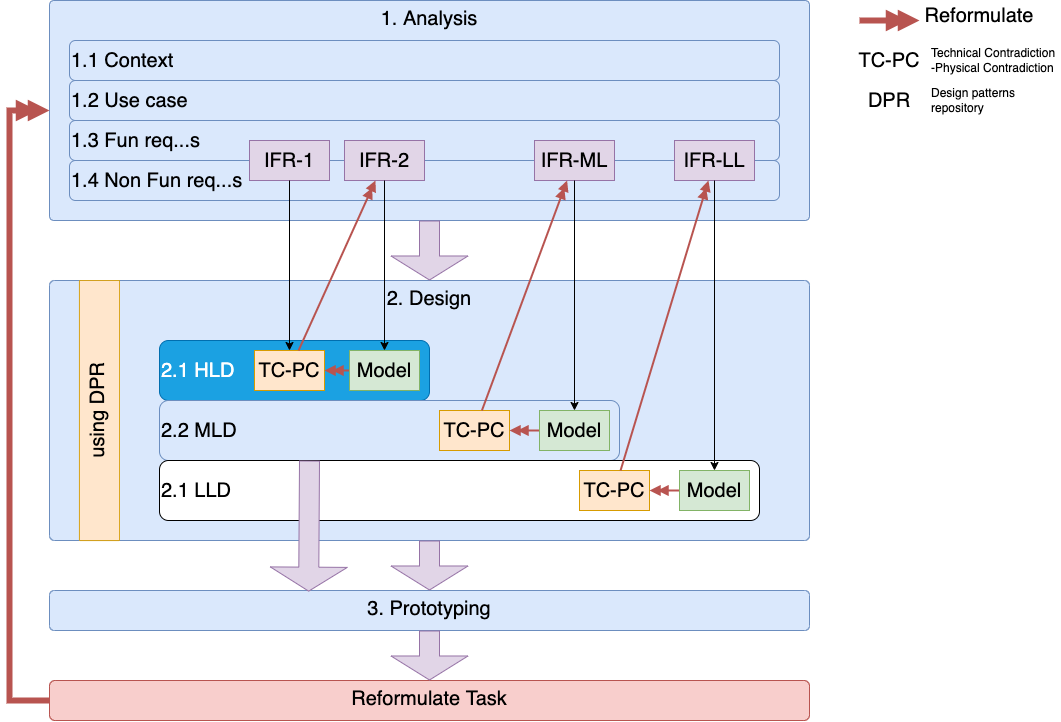
This is AI_Neurotechnologies_bla_bla_bla_course/Innovation_methodology-TRIZ_LS.png from max-talanov/1, a draw.io export, as it was before one commit. Source tidied: cells renumbered, new cells last; positions are measured from the earlier drawing's top-left corner, leaving out a move shared by most shapes.
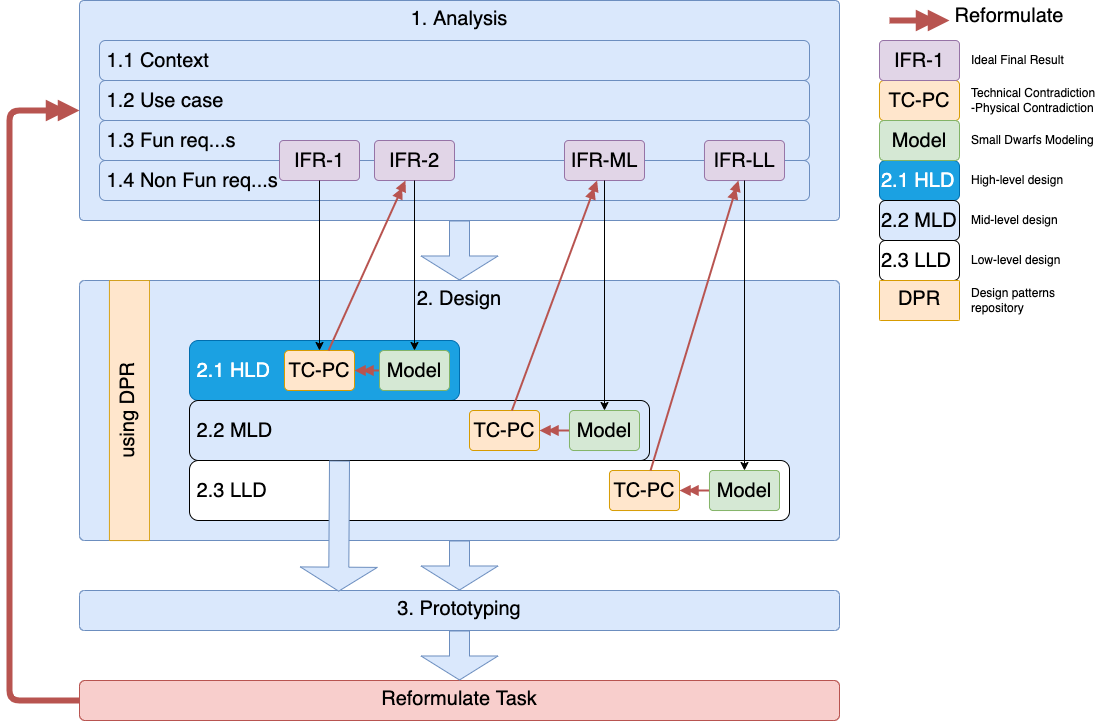
The same file after the commit.

Commit message:
IM: started reworking

What changed in the source:
```diff
@@ -5,37 +5,37 @@
     <mxCell id="2" value="1. Analysis" style="rounded=1;whiteSpace=wrap;html=1;fillColor=#dae8fc;strokeColor=#6c8ebf;fontSize=20;arcSize=2;horizontal=1;verticalAlign=top;" parent="1" vertex="1">
       <mxGeometry x="40" width="760" height="220" as="geometry" />
     </mxCell>
-    <mxCell id="3" value="1.1 Context" style="rounded=1;whiteSpace=wrap;html=1;fillColor=#dae8fc;strokeColor=#6c8ebf;fontSize=20;align=left;" parent="1" vertex="1">
+    <mxCell id="3" value="&amp;nbsp;1.1 Context" style="rounded=1;whiteSpace=wrap;html=1;fillColor=#dae8fc;strokeColor=#6c8ebf;fontSize=20;align=left;" parent="1" vertex="1">
       <mxGeometry x="60" y="40" width="710" height="40" as="geometry" />
     </mxCell>
-    <mxCell id="4" value="1.2 Use case" style="rounded=1;whiteSpace=wrap;html=1;fillColor=#dae8fc;strokeColor=#6c8ebf;fontSize=20;align=left;" parent="1" vertex="1">
+    <mxCell id="4" value="&amp;nbsp;1.2 Use case" style="rounded=1;whiteSpace=wrap;html=1;fillColor=#dae8fc;strokeColor=#6c8ebf;fontSize=20;align=left;" parent="1" vertex="1">
       <mxGeometry x="60" y="80" width="710" height="40" as="geometry" />
     </mxCell>
-    <mxCell id="5" value="1.3 Fun req...s" style="rounded=1;whiteSpace=wrap;html=1;fillColor=#dae8fc;strokeColor=#6c8ebf;fontSize=20;align=left;" parent="1" vertex="1">
+    <mxCell id="5" value="&amp;nbsp;1.3 Fun req...s" style="rounded=1;whiteSpace=wrap;html=1;fillColor=#dae8fc;strokeColor=#6c8ebf;fontSize=20;align=left;" parent="1" vertex="1">
       <mxGeometry x="60" y="120" width="710" height="40" as="geometry" />
     </mxCell>
-    <mxCell id="6" value="1.4 Non Fun req...s" style="rounded=1;whiteSpace=wrap;html=1;fillColor=#dae8fc;strokeColor=#6c8ebf;fontSize=20;align=left;" parent="1" vertex="1">
+    <mxCell id="6" value="&amp;nbsp;1.4 Non Fun req...s" style="rounded=1;whiteSpace=wrap;html=1;fillColor=#dae8fc;strokeColor=#6c8ebf;fontSize=20;align=left;" parent="1" vertex="1">
       <mxGeometry x="60" y="160" width="710" height="40" as="geometry" />
     </mxCell>
     <mxCell id="7" value="2. Design" style="rounded=1;whiteSpace=wrap;html=1;fillColor=#dae8fc;strokeColor=#6c8ebf;fontSize=20;arcSize=2;horizontal=1;verticalAlign=top;" parent="1" vertex="1">
       <mxGeometry x="40" y="280" width="760" height="260" as="geometry" />
     </mxCell>
-    <mxCell id="8" value="2.1 HLD" style="rounded=1;whiteSpace=wrap;html=1;fillColor=#1ba1e2;strokeColor=#006EAF;fontSize=20;align=left;fontColor=#ffffff;" parent="1" vertex="1">
+    <mxCell id="8" value="&amp;nbsp;2.1 HLD" style="rounded=1;whiteSpace=wrap;html=1;fillColor=#1ba1e2;strokeColor=#006EAF;fontSize=20;align=left;fontColor=#ffffff;" parent="1" vertex="1">
       <mxGeometry x="150" y="340" width="270" height="60" as="geometry" />
     </mxCell>
     <mxCell id="9" value="3. Prototyping" style="rounded=1;whiteSpace=wrap;html=1;fillColor=#dae8fc;strokeColor=#6c8ebf;fontSize=20;arcSize=12;horizontal=1;verticalAlign=top;" parent="1" vertex="1">
       <mxGeometry x="40" y="590" width="760" height="40" as="geometry" />
     </mxCell>
-    <mxCell id="10" value="IFR-1" style="rounded=1;whiteSpace=wrap;html=1;fillColor=#e1d5e7;strokeColor=#9673a6;fontSize=20;arcSize=0;" parent="1" vertex="1">
+    <mxCell id="10" value="IFR-1" style="rounded=1;whiteSpace=wrap;html=1;fillColor=#e1d5e7;strokeColor=#9673a6;fontSize=20;arcSize=10;" parent="1" vertex="1">
       <mxGeometry x="240" y="140" width="80" height="40" as="geometry" />
     </mxCell>
-    <mxCell id="11" value="IFR-2" style="rounded=1;whiteSpace=wrap;html=1;fillColor=#e1d5e7;strokeColor=#9673a6;fontSize=20;arcSize=0;" parent="1" vertex="1">
+    <mxCell id="11" value="IFR-2" style="rounded=1;whiteSpace=wrap;html=1;fillColor=#e1d5e7;strokeColor=#9673a6;fontSize=20;arcSize=11;" parent="1" vertex="1">
       <mxGeometry x="335" y="140" width="80" height="40" as="geometry" />
     </mxCell>
     <mxCell id="12" value="using DPR" style="rounded=1;whiteSpace=wrap;html=1;fillColor=#ffe6cc;strokeColor=#d79b00;fontSize=20;arcSize=2;horizontal=0;verticalAlign=top;" parent="1" vertex="1">
       <mxGeometry x="70" y="280" width="40" height="260" as="geometry" />
     </mxCell>
-    <mxCell id="13" value="TC-PC" style="rounded=1;whiteSpace=wrap;html=1;fillColor=#ffe6cc;strokeColor=#d79b00;fontSize=20;arcSize=0;" parent="1" vertex="1">
+    <mxCell id="13" value="TC-PC" style="rounded=1;whiteSpace=wrap;html=1;fillColor=#ffe6cc;strokeColor=#d79b00;fontSize=20;arcSize=11;" parent="1" vertex="1">
       <mxGeometry x="245" y="350" width="70" height="40" as="geometry" />
     </mxCell>
     <mxCell id="14" style="edgeStyle=none;rounded=0;jettySize=auto;html=1;fontSize=15;fontColor=#6666FF;" parent="1" edge="1" source="10" target="13">
@@ -44,7 +44,7 @@
     <mxCell id="15" style="edgeStyle=none;curved=1;jettySize=auto;html=1;fontSize=12;endArrow=doubleBlock;endFill=1;strokeWidth=2;fillColor=#f8cecc;strokeColor=#b85450;" parent="1" edge="1" source="16" target="13">
       <mxGeometry relative="1" as="geometry" />
     </mxCell>
-    <mxCell id="16" value="Model" style="rounded=1;whiteSpace=wrap;html=1;fillColor=#d5e8d4;strokeColor=#82b366;fontSize=20;arcSize=0;" parent="1" vertex="1">
+    <mxCell id="16" value="Model" style="rounded=1;whiteSpace=wrap;html=1;fillColor=#d5e8d4;strokeColor=#82b366;fontSize=20;arcSize=11;" parent="1" vertex="1">
       <mxGeometry x="340" y="350" width="70" height="40" as="geometry" />
     </mxCell>
     <mxCell id="17" style="edgeStyle=none;rounded=0;jettySize=auto;html=1;fontSize=15;fontColor=#6666FF;" parent="1" edge="1" source="11" target="16">
@@ -53,28 +53,28 @@
     <mxCell id="18" value="Reformulate Task" style="rounded=1;whiteSpace=wrap;html=1;fillColor=#f8cecc;strokeColor=#b85450;fontSize=20;arcSize=14;horizontal=1;verticalAlign=top;" parent="1" vertex="1">
       <mxGeometry x="40" y="680" width="760" height="40" as="geometry" />
     </mxCell>
-    <mxCell id="19" value="IFR-ML" style="rounded=1;whiteSpace=wrap;html=1;fillColor=#e1d5e7;strokeColor=#9673a6;fontSize=20;arcSize=0;" parent="1" vertex="1">
+    <mxCell id="19" value="IFR-ML" style="rounded=1;whiteSpace=wrap;html=1;fillColor=#e1d5e7;strokeColor=#9673a6;fontSize=20;arcSize=10;" parent="1" vertex="1">
       <mxGeometry x="525" y="140" width="80" height="40" as="geometry" />
     </mxCell>
-    <mxCell id="20" value="IFR-LL" style="rounded=1;whiteSpace=wrap;html=1;fillColor=#e1d5e7;strokeColor=#9673a6;fontSize=20;arcSize=0;" parent="1" vertex="1">
+    <mxCell id="20" value="IFR-LL" style="rounded=1;whiteSpace=wrap;html=1;fillColor=#e1d5e7;strokeColor=#9673a6;fontSize=20;arcSize=11;" parent="1" vertex="1">
       <mxGeometry x="665" y="140" width="80" height="40" as="geometry" />
     </mxCell>
-    <mxCell id="21" value="2.2 MLD" style="rounded=1;whiteSpace=wrap;html=1;fillColor=#dae8fc;strokeColor=#6c8ebf;fontSize=20;align=left;" parent="1" vertex="1">
+    <mxCell id="21" value="&amp;nbsp;2.2 MLD" style="rounded=1;whiteSpace=wrap;html=1;fillColor=#dae8fc;strokeColor=#000000;fontSize=20;align=left;" parent="1" vertex="1">
       <mxGeometry x="150" y="400" width="460" height="60" as="geometry" />
     </mxCell>
-    <mxCell id="22" value="2.1 LLD" style="rounded=1;whiteSpace=wrap;html=1;fontSize=20;align=left;" parent="1" vertex="1">
+    <mxCell id="22" value="&amp;nbsp;2.3 LLD" style="rounded=1;whiteSpace=wrap;html=1;fontSize=20;align=left;" parent="1" vertex="1">
       <mxGeometry x="150" y="460" width="600" height="60" as="geometry" />
     </mxCell>
-    <mxCell id="23" style="shape=flexArrow;endArrow=classic;html=1;rounded=0;endWidth=56;endSize=7.67;width=20;fillColor=#e1d5e7;strokeColor=#9673a6;exitX=0.25;exitY=0;exitDx=0;exitDy=0;entryX=0.341;entryY=0.029;entryDx=0;entryDy=0;entryPerimeter=0;" parent="1" edge="1" source="22" target="9">
+    <mxCell id="23" style="shape=flexArrow;endArrow=classic;html=1;rounded=0;endWidth=56;endSize=7.67;width=20;fillColor=#dae8fc;strokeColor=#6c8ebf;exitX=0.25;exitY=0;exitDx=0;exitDy=0;entryX=0.341;entryY=0.029;entryDx=0;entryDy=0;entryPerimeter=0;" parent="1" edge="1" source="22" target="9">
       <mxGeometry relative="1" as="geometry" />
     </mxCell>
-    <mxCell id="24" style="shape=flexArrow;endArrow=classic;html=1;rounded=0;endWidth=56;endSize=7.67;width=20;fillColor=#e1d5e7;strokeColor=#9673a6;entryX=0.5;entryY=0;entryDx=0;entryDy=0;" parent="1" edge="1" source="7" target="9">
+    <mxCell id="24" style="shape=flexArrow;endArrow=classic;html=1;rounded=0;endWidth=56;endSize=7.67;width=20;fillColor=#dae8fc;strokeColor=#6c8ebf;entryX=0.5;entryY=0;entryDx=0;entryDy=0;" parent="1" edge="1" source="7" target="9">
       <mxGeometry relative="1" as="geometry" />
     </mxCell>
     <mxCell id="25" style="edgeStyle=none;rounded=0;jettySize=auto;html=1;endArrow=doubleBlock;endFill=1;strokeWidth=2;fillColor=#f8cecc;strokeColor=#b85450;" parent="1" edge="1" source="13" target="11">
       <mxGeometry relative="1" as="geometry" />
     </mxCell>
-    <mxCell id="26" value="TC-PC" style="rounded=1;whiteSpace=wrap;html=1;fillColor=#ffe6cc;strokeColor=#d79b00;fontSize=20;arcSize=0;" parent="1" vertex="1">
+    <mxCell id="26" value="TC-PC" style="rounded=1;whiteSpace=wrap;html=1;fillColor=#ffe6cc;strokeColor=#d79b00;fontSize=20;arcSize=10;" parent="1" vertex="1">
       <mxGeometry x="430" y="410" width="70" height="40" as="geometry" />
     </mxCell>
     <mxCell id="27" style="edgeStyle=none;rounded=0;jettySize=auto;html=1;endArrow=doubleBlock;endFill=1;startArrow=none;exitX=0;exitY=0.5;exitDx=0;exitDy=0;strokeWidth=2;fillColor=#f8cecc;strokeColor=#b85450;" parent="1" edge="1" source="34" target="26">
@@ -83,7 +83,7 @@
     <mxCell id="28" style="edgeStyle=none;rounded=0;jettySize=auto;html=1;endArrow=doubleBlock;endFill=1;strokeWidth=2;fillColor=#f8cecc;strokeColor=#b85450;" parent="1" edge="1" source="26" target="19">
       <mxGeometry relative="1" as="geometry" />
     </mxCell>
-    <mxCell id="29" value="TC-PC" style="rounded=1;whiteSpace=wrap;html=1;fillColor=#ffe6cc;strokeColor=#d79b00;fontSize=20;arcSize=0;" parent="1" vertex="1">
+    <mxCell id="29" value="TC-PC" style="rounded=1;whiteSpace=wrap;html=1;fillColor=#ffe6cc;strokeColor=#d79b00;fontSize=20;arcSize=9;" parent="1" vertex="1">
       <mxGeometry x="570" y="470" width="70" height="40" as="geometry" />
     </mxCell>
     <mxCell id="30" style="edgeStyle=none;rounded=0;jettySize=auto;html=1;endArrow=doubleBlock;endFill=1;startArrow=none;strokeWidth=2;fillColor=#f8cecc;strokeColor=#b85450;" parent="1" edge="1" source="35" target="29">
@@ -98,47 +98,77 @@
     <mxCell id="33" style="edgeStyle=none;rounded=0;jettySize=auto;html=1;endArrow=classic;endFill=1;" parent="1" edge="1" source="19" target="34">
       <mxGeometry relative="1" as="geometry" />
     </mxCell>
-    <mxCell id="34" value="Model" style="rounded=1;whiteSpace=wrap;html=1;fillColor=#d5e8d4;strokeColor=#82b366;fontSize=20;arcSize=0;" parent="1" vertex="1">
+    <mxCell id="34" value="Model" style="rounded=1;whiteSpace=wrap;html=1;fillColor=#d5e8d4;strokeColor=#82b366;fontSize=20;arcSize=11;" parent="1" vertex="1">
       <mxGeometry x="530" y="410" width="70" height="40" as="geometry" />
     </mxCell>
-    <mxCell id="35" value="Model" style="rounded=1;whiteSpace=wrap;html=1;fillColor=#d5e8d4;strokeColor=#82b366;fontSize=20;arcSize=0;" parent="1" vertex="1">
+    <mxCell id="35" value="Model" style="rounded=1;whiteSpace=wrap;html=1;fillColor=#d5e8d4;strokeColor=#82b366;fontSize=20;arcSize=9;" parent="1" vertex="1">
       <mxGeometry x="670" y="470" width="70" height="40" as="geometry" />
     </mxCell>
-    <mxCell id="36" style="shape=flexArrow;endArrow=classic;html=1;rounded=0;endWidth=56;endSize=7.67;width=20;fillColor=#e1d5e7;strokeColor=#9673a6;" parent="1" edge="1" source="9" target="18">
+    <mxCell id="36" style="shape=flexArrow;endArrow=classic;html=1;rounded=0;endWidth=56;endSize=7.67;width=20;fillColor=#dae8fc;strokeColor=#6c8ebf;" parent="1" edge="1" source="9" target="18">
       <mxGeometry relative="1" as="geometry" />
     </mxCell>
-    <mxCell id="37" style="shape=flexArrow;endArrow=classic;html=1;rounded=0;endWidth=56;endSize=7.67;width=20;fillColor=#e1d5e7;strokeColor=#9673a6;exitX=0.5;exitY=1;exitDx=0;exitDy=0;" parent="1" edge="1" source="2" target="7">
+    <mxCell id="37" style="shape=flexArrow;endArrow=classic;html=1;rounded=0;endWidth=56;endSize=7.67;width=20;fillColor=#dae8fc;strokeColor=#6c8ebf;exitX=0.5;exitY=1;exitDx=0;exitDy=0;" parent="1" edge="1" source="2" target="7">
       <mxGeometry relative="1" as="geometry" />
     </mxCell>
+    <mxCell id="39" style="edgeStyle=none;jettySize=auto;html=1;endArrow=doubleBlock;endFill=1;strokeWidth=6;fontSize=16;fillColor=#f8cecc;strokeColor=#b85450;exitX=0;exitY=0.5;exitDx=0;exitDy=0;entryX=0;entryY=0.5;entryDx=0;entryDy=0;rounded=1;" parent="1" edge="1" source="18" target="2">
+      <mxGeometry relative="1" as="geometry">
+        <Array as="points">
+          <mxPoint x="-30" y="700" />
+          <mxPoint x="-30" y="110" />
+        </Array>
+      </mxGeometry>
+    </mxCell>
+    <mxCell id="46" value="2.1 HLD" style="rounded=1;whiteSpace=wrap;html=1;fillColor=#1ba1e2;strokeColor=#006EAF;fontSize=20;align=left;fontColor=#ffffff;" parent="1" vertex="1">
+      <mxGeometry x="840" y="160" width="80" height="40" as="geometry" />
+    </mxCell>
+    <mxCell id="47" value="2.2 MLD" style="rounded=1;whiteSpace=wrap;html=1;fillColor=#dae8fc;strokeColor=#000000;fontSize=20;align=left;" parent="1" vertex="1">
+      <mxGeometry x="840" y="200" width="80" height="40" as="geometry" />
+    </mxCell>
+    <mxCell id="48" value="2.3 LLD" style="rounded=1;whiteSpace=wrap;html=1;fontSize=20;align=left;" parent="1" vertex="1">
+      <mxGeometry x="840" y="240" width="80" height="40" as="geometry" />
+    </mxCell>
+    <mxCell id="43" value="DPR" style="rounded=1;whiteSpace=wrap;html=1;fillColor=#ffe6cc;strokeColor=#d79b00;fontSize=20;arcSize=2;horizontal=0;verticalAlign=top;rotation=90;" parent="1" vertex="1">
+      <mxGeometry x="860" y="260" width="40" height="80" as="geometry" />
+    </mxCell>
+    <mxCell id="40" value="legend" parent="0" />
-    <mxCell id="38" style="edgeStyle=none;rounded=0;orthogonalLoop=1;jettySize=auto;html=1;endArrow=doubleBlock;endFill=1;strokeWidth=6;fontSize=16;fillColor=#f8cecc;strokeColor=#b85450;" parent="1" edge="1">
+    <mxCell id="38" style="edgeStyle=none;rounded=0;orthogonalLoop=1;jettySize=auto;html=1;endArrow=doubleBlock;endFill=1;strokeWidth=6;fontSize=16;fillColor=#f8cecc;strokeColor=#b85450;" parent="40" edge="1">
       <mxGeometry relative="1" as="geometry">
         <mxPoint x="850" y="20" as="sourcePoint" />
         <mxPoint x="910" y="20" as="targetPoint" />
       </mxGeometry>
     </mxCell>
-    <mxCell id="39" style="edgeStyle=none;rounded=0;jettySize=auto;html=1;endArrow=doubleBlock;endFill=1;strokeWidth=6;fontSize=16;fillColor=#f8cecc;strokeColor=#b85450;exitX=0;exitY=0.5;exitDx=0;exitDy=0;entryX=0;entryY=0.5;entryDx=0;entryDy=0;" parent="1" edge="1" source="18" target="2">
-      <mxGeometry relative="1" as="geometry">
-        <Array as="points">
-          <mxPoint y="700" />
-          <mxPoint y="110" />
-        </Array>
-      </mxGeometry>
-    </mxCell>
-    <mxCell id="40" value="legend" parent="0" />
-    <mxCell id="41" value="TC-PC" style="text;html=1;strokeColor=none;fillColor=none;align=center;verticalAlign=middle;whiteSpace=wrap;rounded=0;fontSize=20;" parent="40" vertex="1">
-      <mxGeometry x="840" y="45" width="80" height="30" as="geometry" />
+    <mxCell id="41" value="TC-PC" style="rounded=1;whiteSpace=wrap;html=1;fillColor=#ffe6cc;strokeColor=#d79b00;fontSize=20;arcSize=11;" parent="40" vertex="1">
+      <mxGeometry x="840" y="80" width="80" height="40" as="geometry" />
     </mxCell>
+    <mxCell id="49" value="IFR-1" style="rounded=1;whiteSpace=wrap;html=1;fillColor=#e1d5e7;strokeColor=#9673a6;fontSize=20;arcSize=10;" parent="40" vertex="1">
+      <mxGeometry x="840" y="40" width="80" height="40" as="geometry" />
+    </mxCell>
+    <mxCell id="50" value="Model" style="rounded=1;whiteSpace=wrap;html=1;fillColor=#d5e8d4;strokeColor=#82b366;fontSize=20;arcSize=11;" parent="40" vertex="1">
+      <mxGeometry x="840" y="120" width="80" height="40" as="geometry" />
+    </mxCell>
     <mxCell id="42" value="Technical Contradiction -Physical Contradiction" style="text;html=1;strokeColor=none;fillColor=none;align=left;verticalAlign=middle;whiteSpace=wrap;rounded=0;fontSize=12;" parent="40" vertex="1">
-      <mxGeometry x="920" y="40" width="130" height="40" as="geometry" />
+      <mxGeometry x="930" y="80" width="130" height="40" as="geometry" />
     </mxCell>
-    <mxCell id="43" value="DPR" style="text;html=1;strokeColor=none;fillColor=none;align=center;verticalAlign=middle;whiteSpace=wrap;rounded=0;fontSize=20;" parent="40" vertex="1">
-      <mxGeometry x="840" y="85" width="80" height="30" as="geometry" />
-    </mxCell>
     <mxCell id="44" value="Design patterns repository" style="text;html=1;strokeColor=none;fillColor=none;align=left;verticalAlign=middle;whiteSpace=wrap;rounded=0;fontSize=12;" parent="40" vertex="1">
-      <mxGeometry x="920" y="80" width="130" height="40" as="geometry" />
+      <mxGeometry x="930" y="280" width="130" height="40" as="geometry" />
     </mxCell>
     <mxCell id="45" value="Reformulate" style="text;html=1;strokeColor=none;fillColor=none;align=center;verticalAlign=middle;whiteSpace=wrap;rounded=0;fontSize=20;" parent="40" vertex="1">
       <mxGeometry x="930" width="80" height="30" as="geometry" />
     </mxCell>
+    <mxCell id="51" value="Ideal Final Result" style="text;html=1;strokeColor=none;fillColor=none;align=left;verticalAlign=middle;whiteSpace=wrap;rounded=0;fontSize=12;" parent="40" vertex="1">
+      <mxGeometry x="930" y="40" width="130" height="40" as="geometry" />
+    </mxCell>
+    <mxCell id="52" value="Small Dwarfs Modeling" style="text;html=1;strokeColor=none;fillColor=none;align=left;verticalAlign=middle;whiteSpace=wrap;rounded=0;fontSize=12;" parent="40" vertex="1">
+      <mxGeometry x="930" y="120" width="130" height="40" as="geometry" />
+    </mxCell>
+    <mxCell id="53" value="High-level design" style="text;html=1;strokeColor=none;fillColor=none;align=left;verticalAlign=middle;whiteSpace=wrap;rounded=0;fontSize=12;" parent="40" vertex="1">
+      <mxGeometry x="930" y="160" width="130" height="40" as="geometry" />
+    </mxCell>
+    <mxCell id="54" value="Mid-level design" style="text;html=1;strokeColor=none;fillColor=none;align=left;verticalAlign=middle;whiteSpace=wrap;rounded=0;fontSize=12;" parent="40" vertex="1">
+      <mxGeometry x="930" y="200" width="130" height="40" as="geometry" />
+    </mxCell>
+    <mxCell id="55" value="Low-level design" style="text;html=1;strokeColor=none;fillColor=none;align=left;verticalAlign=middle;whiteSpace=wrap;rounded=0;fontSize=12;" parent="40" vertex="1">
+      <mxGeometry x="930" y="240" width="130" height="40" as="geometry" />
+    </mxCell>
   </root>
 </mxGraphModel>
```
